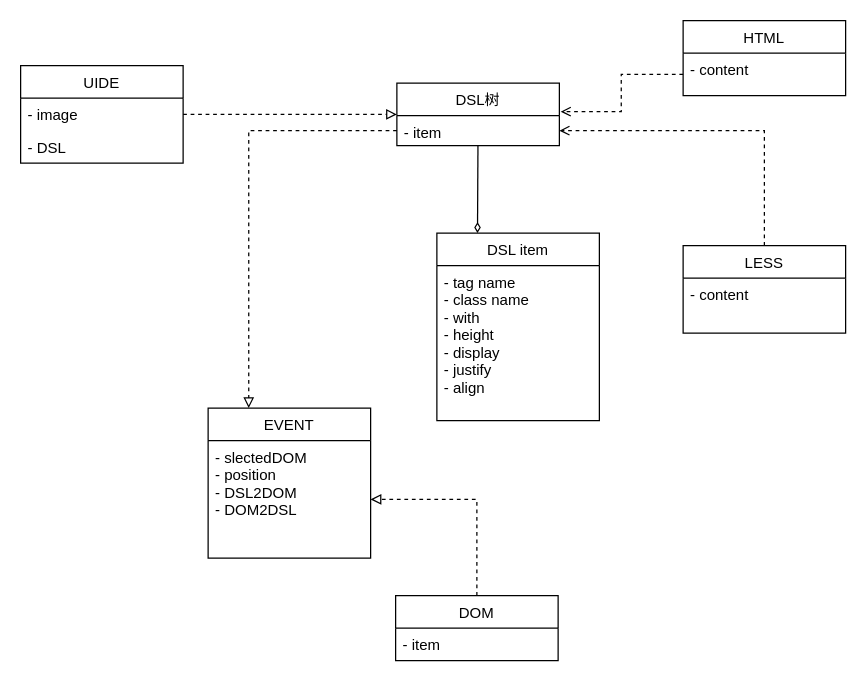
The draw.io diagram page "类图" (3 of 3) of 20-1/测试/领域模型.drawio in woowyl/MSE, before the edit. Source tidied: cells renumbered, new cells numbered last; positions are measured from the earlier drawing's top-left corner, leaving out a move shared by most shapes. Both pictures are drawn from the tidied source at 125%, with x=0, y=0 at pixel (20, 20).
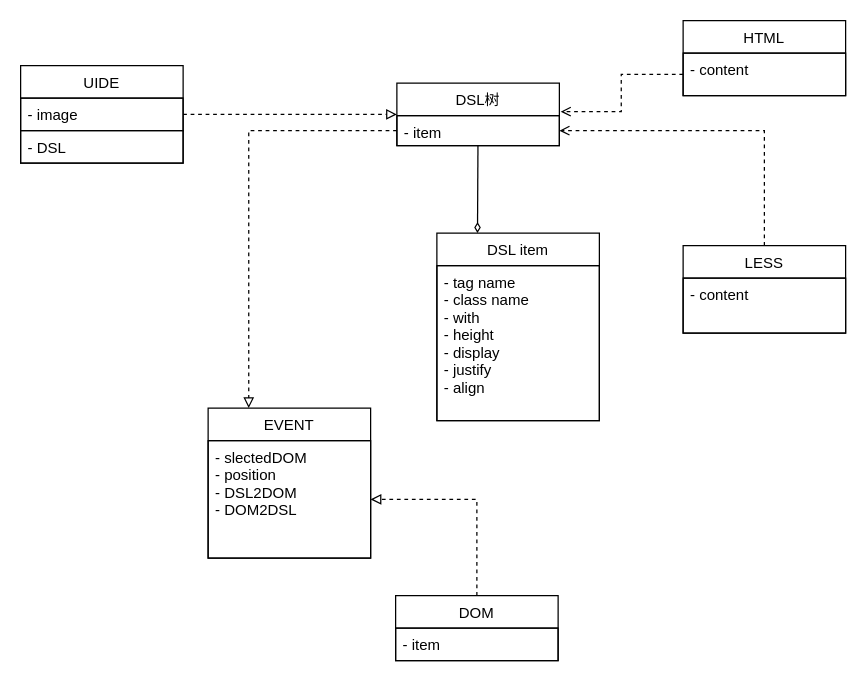
After the change.

Change to the diagram source:
```diff
@@
-<mxGraphModel>
+<mxGraphModel background="#ffffff">
@@
-    <mxCell id="2" style="edgeStyle=orthogonalEdgeStyle;rounded=0;jettySize=auto;html=1;entryX=0;entryY=0.5;entryDx=0;entryDy=0;dashed=1;endArrow=block;endFill=0;" parent="1" edge="1" source="18" target="14">
+    <mxCell id="2" style="edgeStyle=orthogonalEdgeStyle;rounded=0;jettySize=auto;html=1;entryX=0;entryY=0.5;entryDx=0;entryDy=0;dashed=1;endArrow=block;endFill=0;strokeColor=#000000;fontColor=#000000;" parent="1" edge="1" source="18" target="14">
       <mxGeometry relative="1" as="geometry" />
     </mxCell>
-    <mxCell id="3" style="edgeStyle=orthogonalEdgeStyle;rounded=0;jettySize=auto;html=1;entryX=1;entryY=0.5;entryDx=0;entryDy=0;dashed=1;endArrow=block;endFill=0;" parent="1" edge="1" source="4" target="7">
+    <mxCell id="3" style="edgeStyle=orthogonalEdgeStyle;rounded=0;jettySize=auto;html=1;entryX=1;entryY=0.5;entryDx=0;entryDy=0;dashed=1;endArrow=block;endFill=0;strokeColor=#000000;fontColor=#000000;" parent="1" edge="1" source="4" target="7">
       <mxGeometry relative="1" as="geometry" />
     </mxCell>
-    <mxCell id="4" value="DOM" style="swimlane;fontStyle=0;horizontal=1;startSize=26;fillColor=none;" parent="1" vertex="1">
+    <mxCell id="4" value="DOM" style="swimlane;fontStyle=0;horizontal=1;startSize=26;fillColor=none;strokeColor=#000000;fontColor=#000000;" parent="1" vertex="1">
       <mxGeometry x="300" y="460" width="130" height="52" as="geometry" />
     </mxCell>
-    <mxCell id="5" value="- item" style="text;strokeColor=none;fillColor=none;align=left;verticalAlign=top;spacingLeft=4;spacingRight=4;overflow=hidden;" parent="4" vertex="1">
+    <mxCell id="5" value="- item" style="text;strokeColor=#000000;fillColor=none;align=left;verticalAlign=top;spacingLeft=4;spacingRight=4;overflow=hidden;fontColor=#000000;" parent="4" vertex="1">
       <mxGeometry y="26" width="130" height="26" as="geometry" />
     </mxCell>
-    <mxCell id="6" value="EVENT" style="swimlane;fontStyle=0;horizontal=1;startSize=26;fillColor=none;" parent="1" vertex="1">
+    <mxCell id="6" value="EVENT" style="swimlane;fontStyle=0;horizontal=1;startSize=26;fillColor=none;strokeColor=#000000;fontColor=#000000;" parent="1" vertex="1">
       <mxGeometry x="150" y="310" width="130" height="120" as="geometry" />
     </mxCell>
-    <mxCell id="7" value="- slectedDOM&#10;- position&#10;- DSL2DOM&#10;- DOM2DSL&#10;" style="text;strokeColor=none;fillColor=none;align=left;verticalAlign=top;spacingLeft=4;spacingRight=4;overflow=hidden;points=[[0,0.5],[1,0.5]];portConstraint=eastwest;" parent="6" vertex="1">
+    <mxCell id="7" value="- slectedDOM&#10;- position&#10;- DSL2DOM&#10;- DOM2DSL&#10;" style="text;strokeColor=#000000;fillColor=none;align=left;verticalAlign=top;spacingLeft=4;spacingRight=4;overflow=hidden;points=[[0,0.5],[1,0.5]];portConstraint=eastwest;fontColor=#000000;" parent="6" vertex="1">
       <mxGeometry y="26" width="130" height="94" as="geometry" />
     </mxCell>
-    <mxCell id="8" value="HTML" style="swimlane;fontStyle=0;horizontal=1;startSize=26;fillColor=none;" parent="1" vertex="1">
+    <mxCell id="8" value="HTML" style="swimlane;fontStyle=0;horizontal=1;startSize=26;fillColor=none;strokeColor=#000000;fontColor=#000000;" parent="1" vertex="1">
       <mxGeometry x="530" width="130" height="60" as="geometry" />
     </mxCell>
-    <mxCell id="9" value="- content" style="text;strokeColor=none;fillColor=none;align=left;verticalAlign=top;spacingLeft=4;spacingRight=4;overflow=hidden;points=[[0,0.5],[1,0.5]];portConstraint=eastwest;" parent="8" vertex="1">
+    <mxCell id="9" value="- content" style="text;strokeColor=#000000;fillColor=none;align=left;verticalAlign=top;spacingLeft=4;spacingRight=4;overflow=hidden;points=[[0,0.5],[1,0.5]];portConstraint=eastwest;fontColor=#000000;" parent="8" vertex="1">
       <mxGeometry y="26" width="130" height="34" as="geometry" />
     </mxCell>
-    <mxCell id="10" style="edgeStyle=orthogonalEdgeStyle;rounded=0;jettySize=auto;html=1;entryX=1;entryY=0.5;entryDx=0;entryDy=0;dashed=1;endArrow=open;endFill=0;" parent="1" edge="1" source="11" target="15">
+    <mxCell id="10" style="edgeStyle=orthogonalEdgeStyle;rounded=0;jettySize=auto;html=1;entryX=1;entryY=0.5;entryDx=0;entryDy=0;dashed=1;endArrow=open;endFill=0;strokeColor=#000000;fontColor=#000000;" parent="1" edge="1" source="11" target="15">
       <mxGeometry relative="1" as="geometry" />
     </mxCell>
-    <mxCell id="11" value="LESS" style="swimlane;fontStyle=0;horizontal=1;startSize=26;fillColor=none;" parent="1" vertex="1">
+    <mxCell id="11" value="LESS" style="swimlane;fontStyle=0;horizontal=1;startSize=26;fillColor=none;strokeColor=#000000;fontColor=#000000;" parent="1" vertex="1">
       <mxGeometry x="530" y="180" width="130" height="70" as="geometry" />
     </mxCell>
-    <mxCell id="12" value="- content" style="text;strokeColor=none;fillColor=none;align=left;verticalAlign=top;spacingLeft=4;spacingRight=4;overflow=hidden;" parent="11" vertex="1">
+    <mxCell id="12" value="- content" style="text;strokeColor=#000000;fillColor=none;align=left;verticalAlign=top;spacingLeft=4;spacingRight=4;overflow=hidden;fontColor=#000000;" parent="11" vertex="1">
       <mxGeometry y="26" width="130" height="44" as="geometry" />
     </mxCell>
-    <mxCell id="13" style="rounded=0;jettySize=auto;html=1;entryX=0.25;entryY=0;entryDx=0;entryDy=0;endArrow=diamondThin;endFill=0;" parent="1" edge="1" source="14" target="21">
+    <mxCell id="13" style="rounded=0;jettySize=auto;html=1;entryX=0.25;entryY=0;entryDx=0;entryDy=0;endArrow=diamondThin;endFill=0;strokeColor=#000000;fontColor=#000000;" parent="1" edge="1" source="14" target="21">
       <mxGeometry relative="1" as="geometry" />
     </mxCell>
-    <mxCell id="14" value="DSL树" style="swimlane;fontStyle=0;horizontal=1;startSize=26;fillColor=none;" parent="1" vertex="1">
+    <mxCell id="14" value="DSL树" style="swimlane;fontStyle=0;horizontal=1;startSize=26;fillColor=none;strokeColor=#000000;fontColor=#000000;" parent="1" vertex="1">
       <mxGeometry x="301" y="50" width="130" height="50" as="geometry" />
     </mxCell>
-    <mxCell id="15" value="- item" style="text;strokeColor=none;fillColor=none;align=left;verticalAlign=top;spacingLeft=4;spacingRight=4;overflow=hidden;points=[[0,0.5],[1,0.5]];portConstraint=eastwest;" parent="14" vertex="1">
+    <mxCell id="15" value="- item" style="text;strokeColor=#000000;fillColor=none;align=left;verticalAlign=top;spacingLeft=4;spacingRight=4;overflow=hidden;points=[[0,0.5],[1,0.5]];portConstraint=eastwest;fontColor=#000000;" parent="14" vertex="1">
       <mxGeometry y="26" width="130" height="24" as="geometry" />
     </mxCell>
-    <mxCell id="16" style="edgeStyle=orthogonalEdgeStyle;rounded=0;jettySize=auto;html=1;entryX=1.008;entryY=-0.132;entryDx=0;entryDy=0;entryPerimeter=0;endArrow=open;endFill=0;dashed=1;" parent="1" edge="1" source="9" target="15">
+    <mxCell id="16" style="edgeStyle=orthogonalEdgeStyle;rounded=0;jettySize=auto;html=1;entryX=1.008;entryY=-0.132;entryDx=0;entryDy=0;entryPerimeter=0;endArrow=open;endFill=0;dashed=1;strokeColor=#000000;fontColor=#000000;" parent="1" edge="1" source="9" target="15">
       <mxGeometry relative="1" as="geometry" />
     </mxCell>
-    <mxCell id="17" style="edgeStyle=orthogonalEdgeStyle;rounded=0;jettySize=auto;html=1;entryX=0.25;entryY=0;entryDx=0;entryDy=0;dashed=1;endArrow=block;endFill=0;exitX=0;exitY=0.5;exitDx=0;exitDy=0;" parent="1" edge="1" source="15" target="6">
+    <mxCell id="17" style="edgeStyle=orthogonalEdgeStyle;rounded=0;jettySize=auto;html=1;entryX=0.25;entryY=0;entryDx=0;entryDy=0;dashed=1;endArrow=block;endFill=0;exitX=0;exitY=0.5;exitDx=0;exitDy=0;strokeColor=#000000;fontColor=#000000;" parent="1" edge="1" source="15" target="6">
       <mxGeometry relative="1" as="geometry" />
     </mxCell>
-    <mxCell id="18" value="UIDE" style="swimlane;fontStyle=0;horizontal=1;startSize=26;fillColor=none;" parent="1" vertex="1">
+    <mxCell id="18" value="UIDE" style="swimlane;fontStyle=0;horizontal=1;startSize=26;fillColor=none;strokeColor=#000000;fontColor=#000000;" parent="1" vertex="1">
       <mxGeometry y="36" width="130" height="78" as="geometry" />
     </mxCell>
-    <mxCell id="19" value="- image" style="text;strokeColor=none;fillColor=none;align=left;verticalAlign=top;spacingLeft=4;spacingRight=4;overflow=hidden;" parent="18" vertex="1">
+    <mxCell id="19" value="- image" style="text;strokeColor=#000000;fillColor=none;align=left;verticalAlign=top;spacingLeft=4;spacingRight=4;overflow=hidden;fontColor=#000000;" parent="18" vertex="1">
       <mxGeometry y="26" width="130" height="26" as="geometry" />
     </mxCell>
-    <mxCell id="20" value="- DSL" style="text;strokeColor=none;fillColor=none;align=left;verticalAlign=top;spacingLeft=4;spacingRight=4;overflow=hidden;" parent="18" vertex="1">
+    <mxCell id="20" value="- DSL" style="text;strokeColor=#000000;fillColor=none;align=left;verticalAlign=top;spacingLeft=4;spacingRight=4;overflow=hidden;fontColor=#000000;" parent="18" vertex="1">
       <mxGeometry y="52" width="130" height="26" as="geometry" />
     </mxCell>
-    <mxCell id="21" value="DSL item" style="swimlane;fontStyle=0;horizontal=1;startSize=26;fillColor=none;" parent="1" vertex="1">
+    <mxCell id="21" value="DSL item" style="swimlane;fontStyle=0;horizontal=1;startSize=26;fillColor=none;strokeColor=#000000;fontColor=#000000;" parent="1" vertex="1">
       <mxGeometry x="333" y="170" width="130" height="150" as="geometry" />
     </mxCell>
-    <mxCell id="22" value="- tag name&#10;- class name&#10;- with&#10;- height&#10;- display&#10;- justify&#10;- align&#10;" style="text;strokeColor=none;fillColor=none;align=left;verticalAlign=top;spacingLeft=4;spacingRight=4;overflow=hidden;" parent="21" vertex="1">
+    <mxCell id="22" value="- tag name&#10;- class name&#10;- with&#10;- height&#10;- display&#10;- justify&#10;- align&#10;" style="text;strokeColor=#000000;fillColor=none;align=left;verticalAlign=top;spacingLeft=4;spacingRight=4;overflow=hidden;fontColor=#000000;" parent="21" vertex="1">
       <mxGeometry y="26" width="130" height="124" as="geometry" />
     </mxCell>
```
